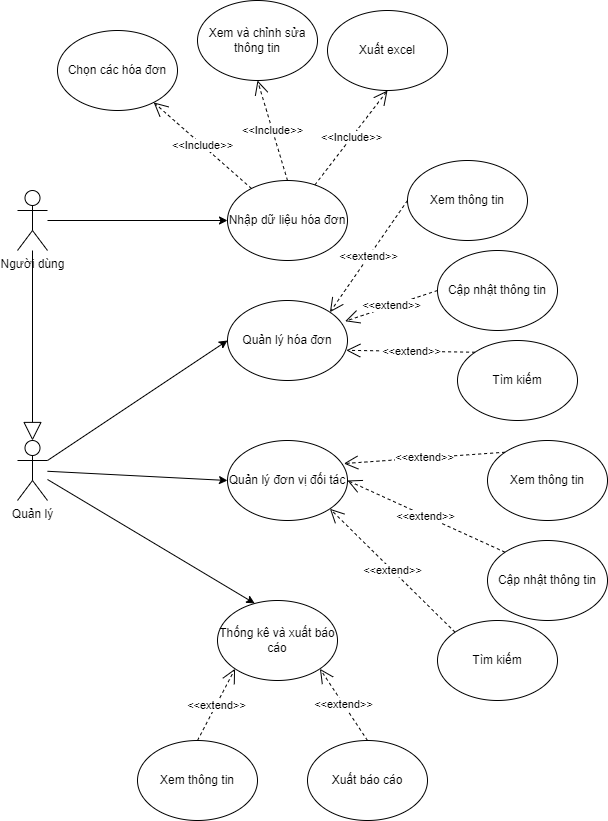
This is Ảnh trong báo cáo/use case phân rã.drawio.png from DuyNguyen2509/BillProcessingApp, a draw.io export, as it was before one commit. Source tidied: cells renumbered, new cells last; positions are measured from the earlier drawing's top-left corner, leaving out a move shared by most shapes.
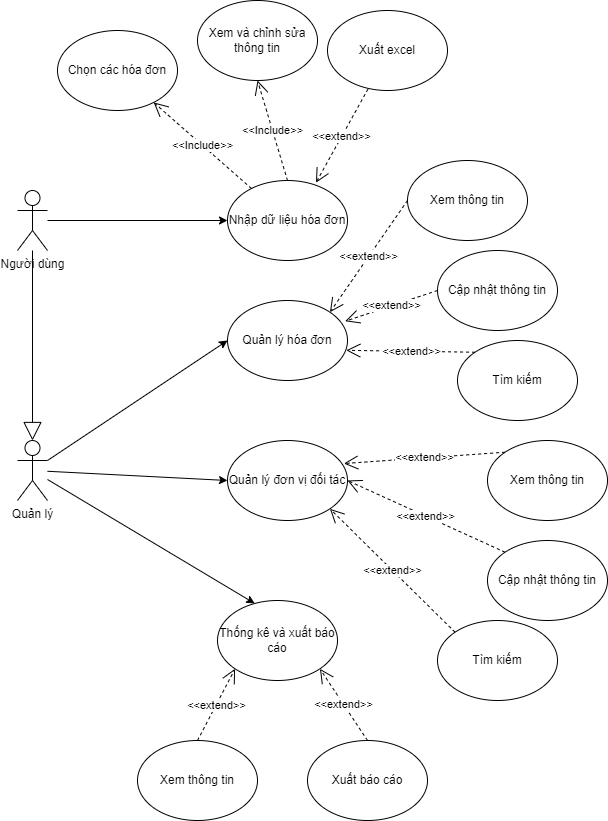
After the commit.

What changed in the source:
```diff
@@ -98,8 +98,8 @@
     <mxCell id="33" value="Xuất excel" style="ellipse;whiteSpace=wrap;html=1;" parent="1" vertex="1">
       <mxGeometry x="310" y="10" width="120" height="80" as="geometry" />
     </mxCell>
-    <mxCell id="34" value="&amp;lt;&amp;lt;Include&amp;gt;&amp;gt;" style="endArrow=open;endSize=12;dashed=1;html=1;rounded=0;entryX=0.5;entryY=1;entryDx=0;entryDy=0;" parent="1" edge="1" source="8" target="33">
-      <mxGeometry relative="1" as="geometry" />
-    </mxCell>
+    <mxCell id="35" value="&amp;lt;&amp;lt;extend&amp;gt;&amp;gt;" style="endArrow=open;endSize=12;dashed=1;html=1;rounded=0;exitX=0.337;exitY=0.983;exitDx=0;exitDy=0;entryX=0.737;entryY=0.028;entryDx=0;entryDy=0;exitPerimeter=0;entryPerimeter=0;" parent="1" edge="1" source="33" target="8">
+      <mxGeometry relative="1" as="geometry" />
+    </mxCell>
   </root>
 </mxGraphModel>
```
